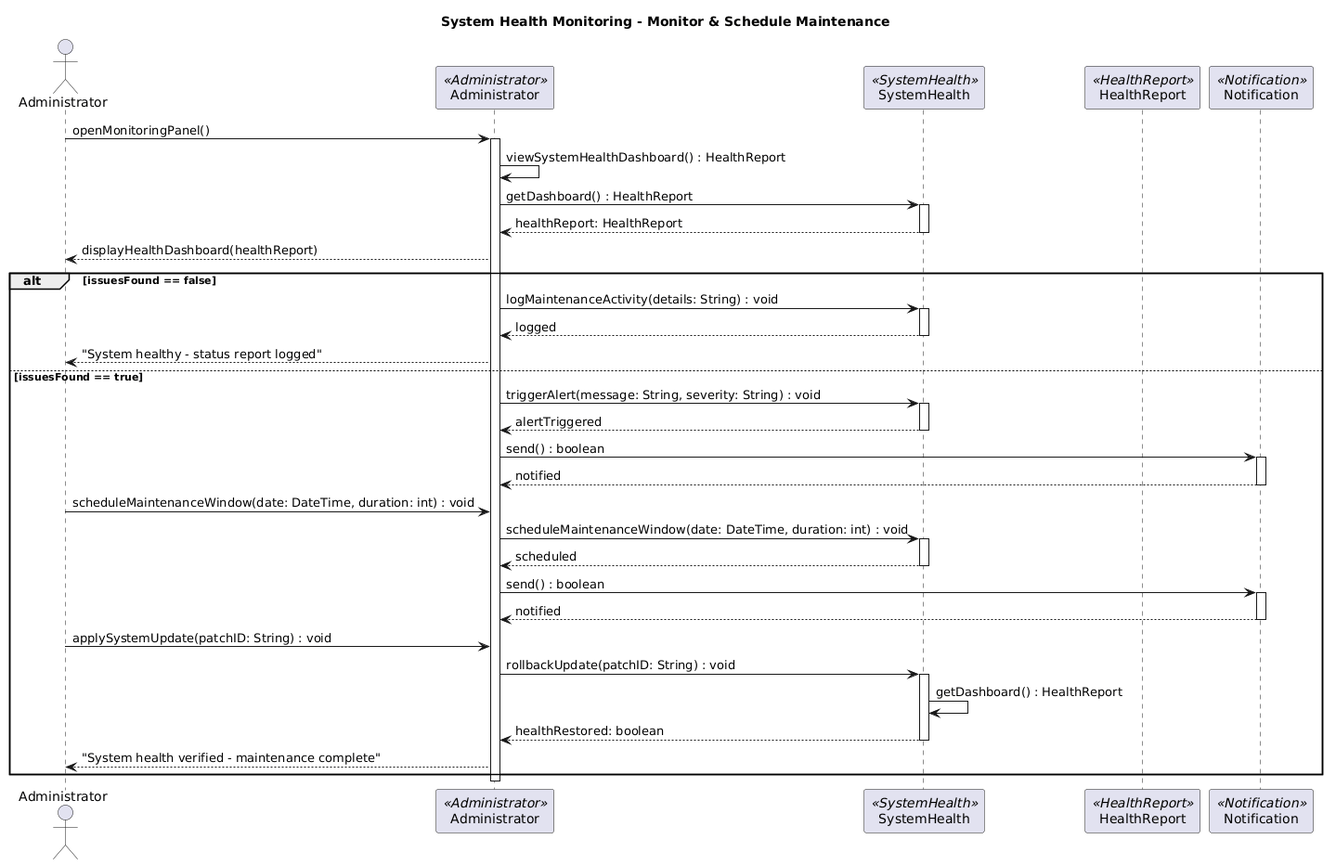
Above: Diagrams/Sequence Diagrams/BS_UM_04.png in erindkotobelli12/BankManagementSystem (PlantUML), before the change.
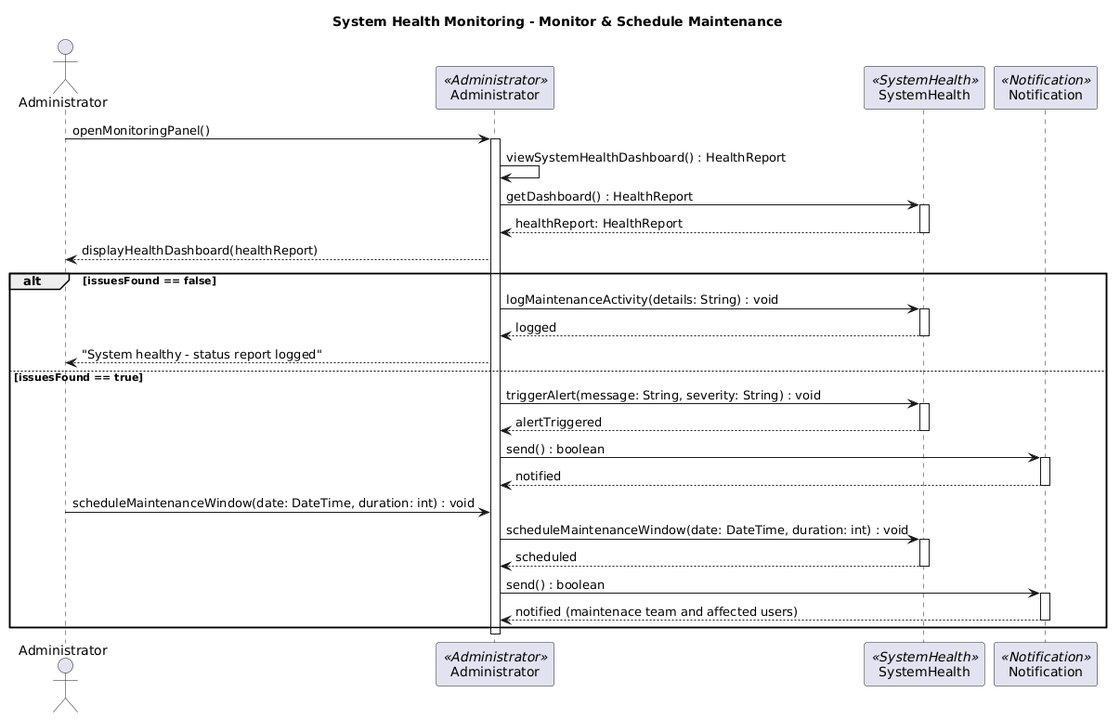
After the commit.

Change to the diagram source:
```diff
@@ -4,7 +4,6 @@
 actor "Administrator" as Admin
 participant "Administrator" as AC <<Administrator>>
 participant "SystemHealth" as SM <<SystemHealth>>
-participant "HealthReport" as HR <<HealthReport>>
 participant "Notification" as NS <<Notification>>
 
 Admin -> AC : openMonitoringPanel()
@@ -42,16 +41,8 @@
 
     AC -> NS : send() : boolean
     activate NS
-    NS --> AC : notified
+    NS --> AC : notified (maintenace team and affected users)
     deactivate NS
-
-    Admin -> AC : applySystemUpdate(patchID: String) : void
-    AC -> SM : rollbackUpdate(patchID: String) : void
-    activate SM
-    SM -> SM : getDashboard() : HealthReport
-    SM --> AC : healthRestored: boolean
-    deactivate SM
-    AC --> Admin : "System health verified - maintenance complete"
 end
 
 deactivate AC
```
